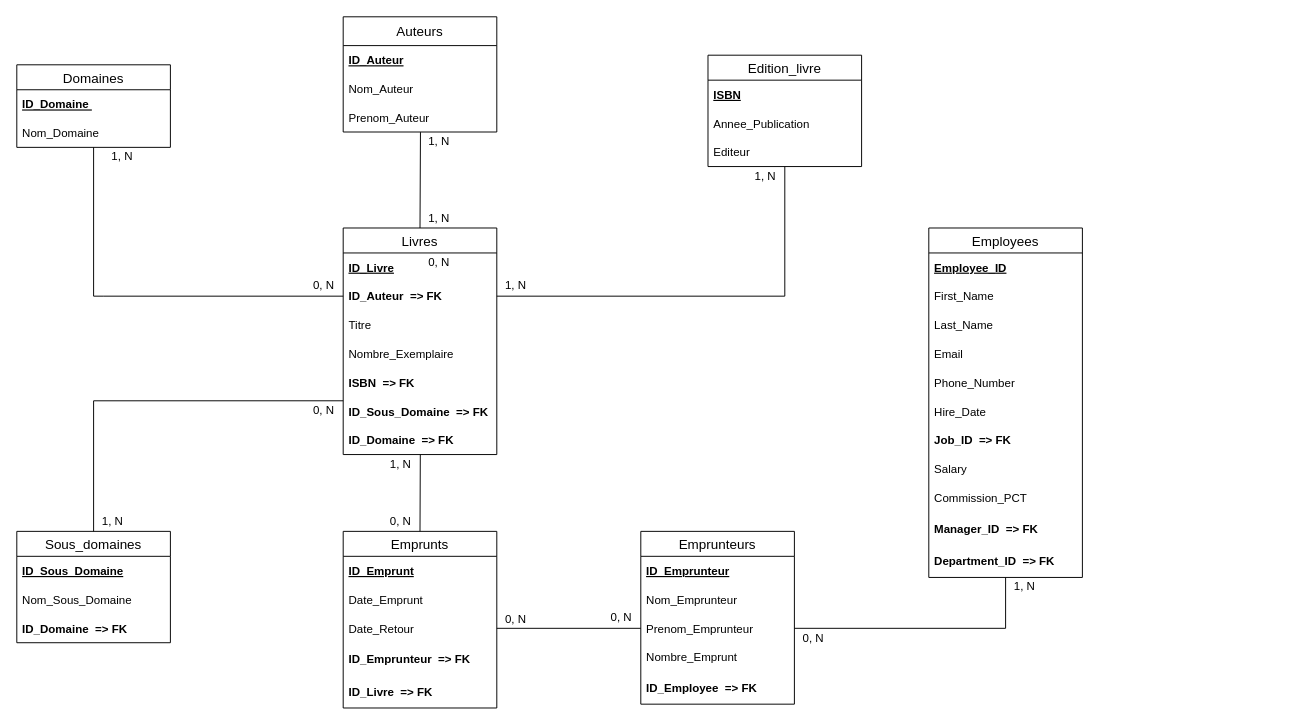
The draw.io diagram MCD.drawio in Jerome-Kraft/Projet_BDD, before the edit. Source tidied: cells renumbered, new cells numbered last; positions are measured from the earlier drawing's top-left corner, leaving out a move shared by most shapes. Both pictures are drawn from the tidied source at 96%, with x=0, y=0 at pixel (16, 16).
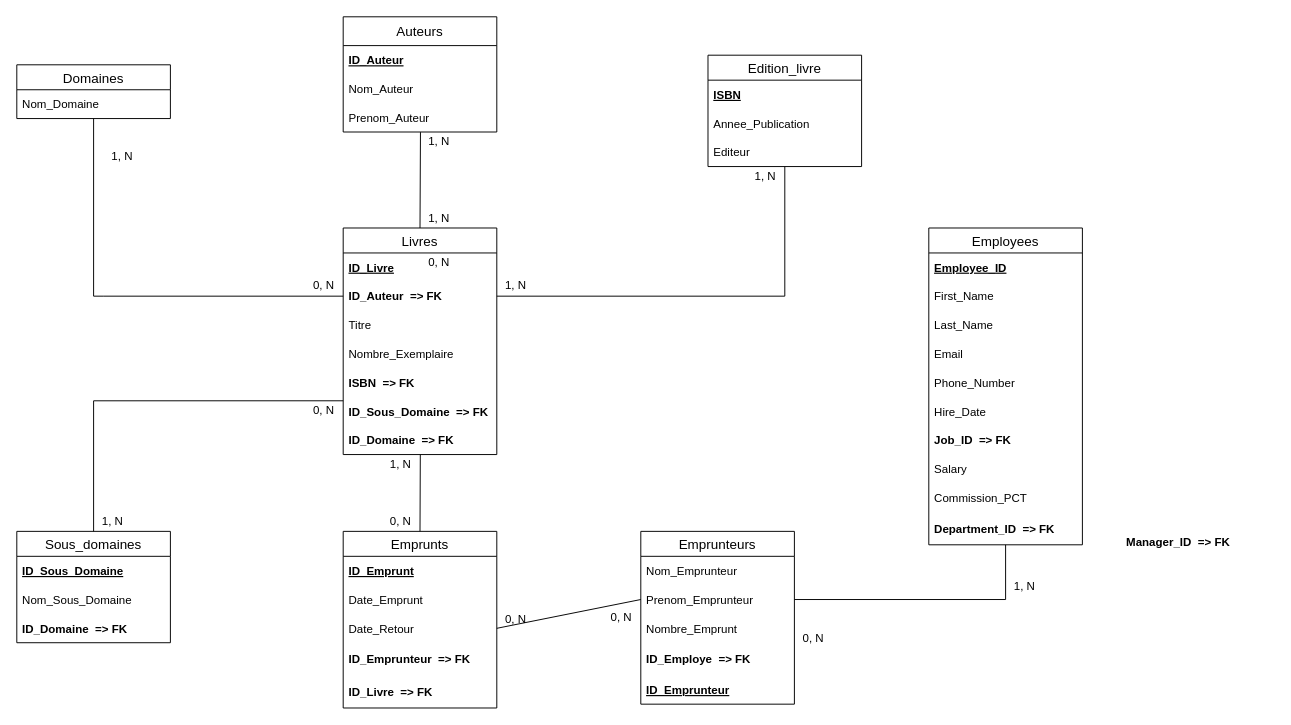
The same diagram, later.

Commit message (it also covers changes not shown here):
updated MCD + did the \'limite_emprunt_employe\' trigger

Unchanged cells that the change refers to:
```xml
<mxCell id="34" value="Emprunteurs" style="swimlane;fontStyle=0;horizontal=1;startSize=26;align=center;fontSize=14;" parent="1" vertex="1">
  <mxGeometry x="650" y="536" width="160" height="180" as="geometry" />
</mxCell>
```

What changed in the source:
```diff
@@
     <mxCell id="10" value="Domaines" style="swimlane;fontStyle=0;horizontal=1;startSize=26;align=center;fontSize=14;" parent="1" vertex="1">
-      <mxGeometry y="50" width="160" height="86" as="geometry" />
+      <mxGeometry y="50" width="160" height="56" as="geometry" />
     </mxCell>
-    <mxCell id="11" value="ID_Domaine " style="text;spacingLeft=4;spacingRight=4;overflow=hidden;fontSize=12;fontStyle=5;verticalAlign=middle;" parent="10" vertex="1">
-      <mxGeometry y="26" width="160" height="30" as="geometry" />
-    </mxCell>
     <mxCell id="12" value="Nom_Domaine" style="text;strokeColor=none;fillColor=none;spacingLeft=4;spacingRight=4;overflow=hidden;fontSize=12;verticalAlign=middle;" parent="10" vertex="1">
-      <mxGeometry y="56" width="160" height="30" as="geometry" />
+      <mxGeometry y="26" width="160" height="30" as="geometry" />
     </mxCell>
@@
-    <mxCell id="35" value="ID_Emprunteur" style="text;strokeColor=none;fillColor=none;spacingLeft=4;spacingRight=4;overflow=hidden;fontSize=12;verticalAlign=middle;fontStyle=5;" parent="34" vertex="1">
-      <mxGeometry y="26" width="160" height="30" as="geometry" />
-    </mxCell>
     <mxCell id="36" value="Nom_Emprunteur" style="text;strokeColor=none;fillColor=none;spacingLeft=4;spacingRight=4;overflow=hidden;fontSize=12;verticalAlign=middle;" parent="34" vertex="1">
-      <mxGeometry y="56" width="160" height="30" as="geometry" />
+      <mxGeometry y="26" width="160" height="30" as="geometry" />
     </mxCell>
     <mxCell id="37" value="Prenom_Emprunteur" style="text;strokeColor=none;fillColor=none;spacingLeft=4;spacingRight=4;overflow=hidden;points=[[0,0.5],[1,0.5]];portConstraint=eastwest;fontSize=12;verticalAlign=middle;" parent="34" vertex="1">
-      <mxGeometry y="86" width="160" height="30" as="geometry" />
+      <mxGeometry y="56" width="160" height="30" as="geometry" />
     </mxCell>
     <mxCell id="38" value="Nombre_Emprunt" style="text;strokeColor=none;fillColor=none;spacingLeft=4;spacingRight=4;overflow=hidden;fontSize=12;verticalAlign=middle;" parent="34" vertex="1">
-      <mxGeometry y="116" width="160" height="30" as="geometry" />
+      <mxGeometry y="86" width="160" height="30" as="geometry" />
     </mxCell>
-    <mxCell id="39" value="ID_Employee  =&gt; FK" style="text;strokeColor=none;fillColor=none;spacingLeft=4;spacingRight=4;overflow=hidden;fontSize=12;verticalAlign=middle;fontStyle=1;" parent="34" vertex="1">
-      <mxGeometry y="146" width="160" height="34" as="geometry" />
+    <mxCell id="39" value="ID_Employe  =&gt; FK" style="text;strokeColor=none;fillColor=none;spacingLeft=4;spacingRight=4;overflow=hidden;fontSize=12;verticalAlign=middle;fontStyle=1;" parent="34" vertex="1">
+      <mxGeometry y="116" width="160" height="34" as="geometry" />
     </mxCell>
+    <mxCell id="35" value="ID_Emprunteur" style="text;strokeColor=none;fillColor=none;spacingLeft=4;spacingRight=4;overflow=hidden;fontSize=12;verticalAlign=middle;fontStyle=5;" parent="34" vertex="1">
+      <mxGeometry y="150" width="160" height="30" as="geometry" />
+    </mxCell>
@@
     <mxCell id="51" value="Employees" style="swimlane;fontStyle=0;horizontal=1;startSize=26;align=center;fontSize=14;" parent="1" vertex="1">
-      <mxGeometry x="950" y="220" width="160" height="364" as="geometry" />
+      <mxGeometry x="950" y="220" width="160" height="330" as="geometry" />
     </mxCell>
@@
-    <mxCell id="61" value="Manager_ID  =&gt; FK" style="text;strokeColor=none;fillColor=none;spacingLeft=4;spacingRight=4;overflow=hidden;fontSize=12;verticalAlign=middle;fontStyle=1;" parent="51" vertex="1">
-      <mxGeometry y="296" width="160" height="34" as="geometry" />
-    </mxCell>
     <mxCell id="62" value="Department_ID  =&gt; FK" style="text;strokeColor=none;fillColor=none;spacingLeft=4;spacingRight=4;overflow=hidden;fontSize=12;verticalAlign=middle;fontStyle=1;" parent="51" vertex="1">
-      <mxGeometry y="330" width="160" height="34" as="geometry" />
+      <mxGeometry y="296" width="160" height="34" as="geometry" />
     </mxCell>
@@
+    <mxCell id="61" value="Manager_ID  =&gt; FK" style="text;strokeColor=none;fillColor=none;spacingLeft=4;spacingRight=4;overflow=hidden;fontSize=12;verticalAlign=middle;fontStyle=1;" parent="1" vertex="1">
+      <mxGeometry x="1150" y="530" width="160" height="34" as="geometry" />
+    </mxCell>
```
